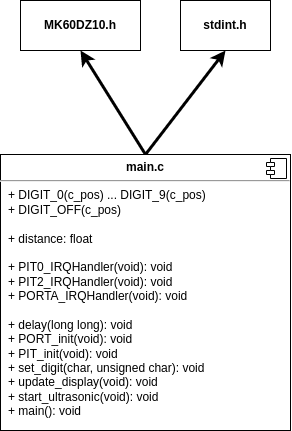
The draw.io diagram docs/resources/program.png in hungdojan/IMP_Project, before a commit. Source tidied: cells renumbered, new cells last; positions are measured from the earlier drawing's top-left corner, leaving out a move shared by most shapes.
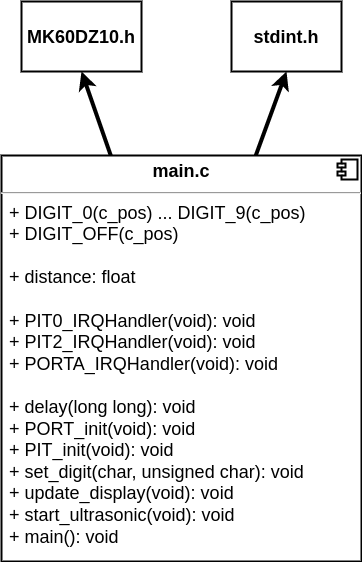
Later version of the same file.

The edit, as a diff of the source:
```diff
@@ -2,25 +2,25 @@
   <root>
     <mxCell id="0" />
     <mxCell id="1" parent="0" />
-    <mxCell id="2" style="html=1;exitX=0.5;exitY=0;exitDx=0;exitDy=0;entryX=0.5;entryY=1;entryDx=0;entryDy=0;fontSize=13;elbow=vertical;strokeWidth=3;" parent="1" edge="1" source="4" target="6">
+    <mxCell id="2" style="html=1;entryX=0.5;entryY=1;entryDx=0;entryDy=0;fontSize=18;elbow=vertical;strokeWidth=4;" parent="1" edge="1" source="4" target="6">
       <mxGeometry relative="1" as="geometry" />
     </mxCell>
-    <mxCell id="3" style="edgeStyle=none;html=1;exitX=0.5;exitY=0;exitDx=0;exitDy=0;entryX=0.5;entryY=1;entryDx=0;entryDy=0;fontSize=13;strokeWidth=3;elbow=vertical;" parent="1" edge="1" source="4" target="7">
+    <mxCell id="3" style="edgeStyle=none;html=1;entryX=0.5;entryY=1;entryDx=0;entryDy=0;fontSize=18;strokeWidth=4;elbow=vertical;" parent="1" edge="1" source="4" target="7">
       <mxGeometry relative="1" as="geometry" />
     </mxCell>
-    <mxCell id="4" value="&lt;p style=&quot;margin: 0px ; margin-top: 6px ; text-align: center&quot;&gt;&lt;b&gt;main.c&lt;/b&gt;&lt;/p&gt;&lt;hr&gt;&lt;p style=&quot;margin: 0px ; margin-left: 8px&quot;&gt;+ DIGIT_0(c_pos) ... DIGIT_9(c_pos)&lt;/p&gt;&lt;p style=&quot;margin: 0px ; margin-left: 8px&quot;&gt;&lt;span&gt;+ DIGIT_OFF(c_pos)&lt;/span&gt;&lt;/p&gt;&lt;p style=&quot;margin: 0px ; margin-left: 8px&quot;&gt;&lt;span&gt;&lt;br&gt;&lt;/span&gt;&lt;/p&gt;&lt;p style=&quot;margin: 0px ; margin-left: 8px&quot;&gt;&lt;span&gt;+ distance: float&lt;/span&gt;&lt;/p&gt;&lt;p style=&quot;margin: 0px ; margin-left: 8px&quot;&gt;&lt;br&gt;&lt;/p&gt;&lt;p style=&quot;margin: 0px 0px 0px 8px&quot;&gt;+ PIT0_IRQHandler(void): void&lt;/p&gt;&lt;p style=&quot;margin: 0px 0px 0px 8px&quot;&gt;+ PIT2_IRQHandler(void): void&lt;/p&gt;&lt;p style=&quot;margin: 0px 0px 0px 8px&quot;&gt;+ PORTA_IRQHandler(void): void&lt;/p&gt;&lt;p style=&quot;margin: 0px 0px 0px 8px&quot;&gt;&lt;br&gt;&lt;/p&gt;&lt;p style=&quot;margin: 0px ; margin-left: 8px&quot;&gt;&lt;span&gt;+ delay(long long): void&lt;/span&gt;&lt;/p&gt;&lt;p style=&quot;margin: 0px ; margin-left: 8px&quot;&gt;&lt;span&gt;+ PORT_init(void): void&lt;/span&gt;&lt;/p&gt;&lt;p style=&quot;margin: 0px ; margin-left: 8px&quot;&gt;&lt;span&gt;+ PIT_init(void): void&lt;/span&gt;&lt;/p&gt;&lt;p style=&quot;margin: 0px ; margin-left: 8px&quot;&gt;+ set_digit(char, unsigned char): void&lt;/p&gt;&lt;p style=&quot;margin: 0px ; margin-left: 8px&quot;&gt;+ update_display(void): void&lt;/p&gt;&lt;p style=&quot;margin: 0px ; margin-left: 8px&quot;&gt;+ start_ultrasonic(void): void&lt;/p&gt;&lt;p style=&quot;margin: 0px ; margin-left: 8px&quot;&gt;+ main(): void&lt;br&gt;&lt;/p&gt;&lt;p style=&quot;margin: 0px ; margin-left: 8px&quot;&gt;&lt;br&gt;&lt;/p&gt;&lt;p style=&quot;margin: 0px ; margin-left: 8px&quot;&gt;&lt;br&gt;&lt;/p&gt;" style="align=left;overflow=fill;html=1;fontSize=12;" parent="1" vertex="1">
-      <mxGeometry y="154" width="290" height="276" as="geometry" />
+    <mxCell id="4" value="&lt;p style=&quot;margin: 6px 0px 0px; text-align: center; font-size: 18px;&quot;&gt;&lt;b style=&quot;font-size: 18px;&quot;&gt;main.c&lt;/b&gt;&lt;/p&gt;&lt;hr style=&quot;font-size: 18px;&quot;&gt;&lt;p style=&quot;margin: 0px 0px 0px 8px; font-size: 18px;&quot;&gt;+ DIGIT_0(c_pos) ... DIGIT_9(c_pos)&lt;/p&gt;&lt;p style=&quot;margin: 0px 0px 0px 8px; font-size: 18px;&quot;&gt;&lt;span style=&quot;font-size: 18px;&quot;&gt;+ DIGIT_OFF(c_pos)&lt;/span&gt;&lt;/p&gt;&lt;p style=&quot;margin: 0px 0px 0px 8px; font-size: 18px;&quot;&gt;&lt;span style=&quot;font-size: 18px;&quot;&gt;&lt;br style=&quot;font-size: 18px;&quot;&gt;&lt;/span&gt;&lt;/p&gt;&lt;p style=&quot;margin: 0px 0px 0px 8px; font-size: 18px;&quot;&gt;&lt;span style=&quot;font-size: 18px;&quot;&gt;+ distance: float&lt;/span&gt;&lt;/p&gt;&lt;p style=&quot;margin: 0px 0px 0px 8px; font-size: 18px;&quot;&gt;&lt;br style=&quot;font-size: 18px;&quot;&gt;&lt;/p&gt;&lt;p style=&quot;margin: 0px 0px 0px 8px; font-size: 18px;&quot;&gt;+ PIT0_IRQHandler(void): void&lt;/p&gt;&lt;p style=&quot;margin: 0px 0px 0px 8px; font-size: 18px;&quot;&gt;+ PIT2_IRQHandler(void): void&lt;/p&gt;&lt;p style=&quot;margin: 0px 0px 0px 8px; font-size: 18px;&quot;&gt;+ PORTA_IRQHandler(void): void&lt;/p&gt;&lt;p style=&quot;margin: 0px 0px 0px 8px; font-size: 18px;&quot;&gt;&lt;br style=&quot;font-size: 18px;&quot;&gt;&lt;/p&gt;&lt;p style=&quot;margin: 0px 0px 0px 8px; font-size: 18px;&quot;&gt;&lt;span style=&quot;font-size: 18px;&quot;&gt;+ delay(long long): void&lt;/span&gt;&lt;/p&gt;&lt;p style=&quot;margin: 0px 0px 0px 8px; font-size: 18px;&quot;&gt;&lt;span style=&quot;font-size: 18px;&quot;&gt;+ PORT_init(void): void&lt;/span&gt;&lt;/p&gt;&lt;p style=&quot;margin: 0px 0px 0px 8px; font-size: 18px;&quot;&gt;&lt;span style=&quot;font-size: 18px;&quot;&gt;+ PIT_init(void): void&lt;/span&gt;&lt;/p&gt;&lt;p style=&quot;margin: 0px 0px 0px 8px; font-size: 18px;&quot;&gt;+ set_digit(char, unsigned char): void&lt;/p&gt;&lt;p style=&quot;margin: 0px 0px 0px 8px; font-size: 18px;&quot;&gt;+ update_display(void): void&lt;/p&gt;&lt;p style=&quot;margin: 0px 0px 0px 8px; font-size: 18px;&quot;&gt;+ start_ultrasonic(void): void&lt;/p&gt;&lt;p style=&quot;margin: 0px 0px 0px 8px; font-size: 18px;&quot;&gt;+ main(): void&lt;br style=&quot;font-size: 18px;&quot;&gt;&lt;/p&gt;&lt;p style=&quot;margin: 0px 0px 0px 8px; font-size: 18px;&quot;&gt;&lt;br style=&quot;font-size: 18px;&quot;&gt;&lt;/p&gt;&lt;p style=&quot;margin: 0px 0px 0px 8px; font-size: 18px;&quot;&gt;&lt;br style=&quot;font-size: 18px;&quot;&gt;&lt;/p&gt;" style="align=left;overflow=fill;html=1;fontSize=18;strokeWidth=2;" parent="1" vertex="1">
+      <mxGeometry y="154" width="360" height="406" as="geometry" />
     </mxCell>
-    <mxCell id="5" style="shape=component;jettyWidth=8;jettyHeight=4;fontSize=12;" parent="4" vertex="1">
+    <mxCell id="5" style="shape=component;jettyWidth=8;jettyHeight=4;fontSize=18;strokeWidth=2;" parent="4" vertex="1">
       <mxGeometry x="1" width="20" height="20" relative="1" as="geometry">
         <mxPoint x="-24" y="4" as="offset" />
       </mxGeometry>
     </mxCell>
-    <mxCell id="6" value="&lt;p style=&quot;margin: 0px ; margin-top: 4px ; text-align: center&quot;&gt;&lt;br&gt;&lt;b&gt;MK60DZ10.h&lt;/b&gt;&lt;/p&gt;" style="verticalAlign=top;align=left;overflow=fill;fontSize=12;fontFamily=Helvetica;html=1;" parent="1" vertex="1">
-      <mxGeometry x="20" width="120" height="50" as="geometry" />
+    <mxCell id="6" value="&lt;p style=&quot;margin: 4px 0px 0px; text-align: center; font-size: 18px;&quot;&gt;&lt;br style=&quot;font-size: 18px;&quot;&gt;&lt;b style=&quot;font-size: 18px;&quot;&gt;MK60DZ10.h&lt;/b&gt;&lt;/p&gt;" style="verticalAlign=top;align=left;overflow=fill;fontSize=18;fontFamily=Helvetica;html=1;strokeWidth=2;" parent="1" vertex="1">
+      <mxGeometry x="20" width="120" height="70" as="geometry" />
     </mxCell>
-    <mxCell id="7" value="&lt;p style=&quot;margin: 0px ; margin-top: 4px ; text-align: center&quot;&gt;&lt;br&gt;&lt;b&gt;stdint.h&lt;/b&gt;&lt;/p&gt;" style="verticalAlign=top;align=left;overflow=fill;fontSize=12;fontFamily=Helvetica;html=1;" parent="1" vertex="1">
-      <mxGeometry x="180" width="90" height="50" as="geometry" />
+    <mxCell id="7" value="&lt;p style=&quot;margin: 4px 0px 0px; text-align: center; font-size: 18px;&quot;&gt;&lt;br style=&quot;font-size: 18px;&quot;&gt;&lt;b style=&quot;font-size: 18px;&quot;&gt;stdint.h&lt;/b&gt;&lt;/p&gt;" style="verticalAlign=top;align=left;overflow=fill;fontSize=18;fontFamily=Helvetica;html=1;strokeWidth=2;" parent="1" vertex="1">
+      <mxGeometry x="230" width="110" height="70" as="geometry" />
     </mxCell>
   </root>
 </mxGraphModel>
```
